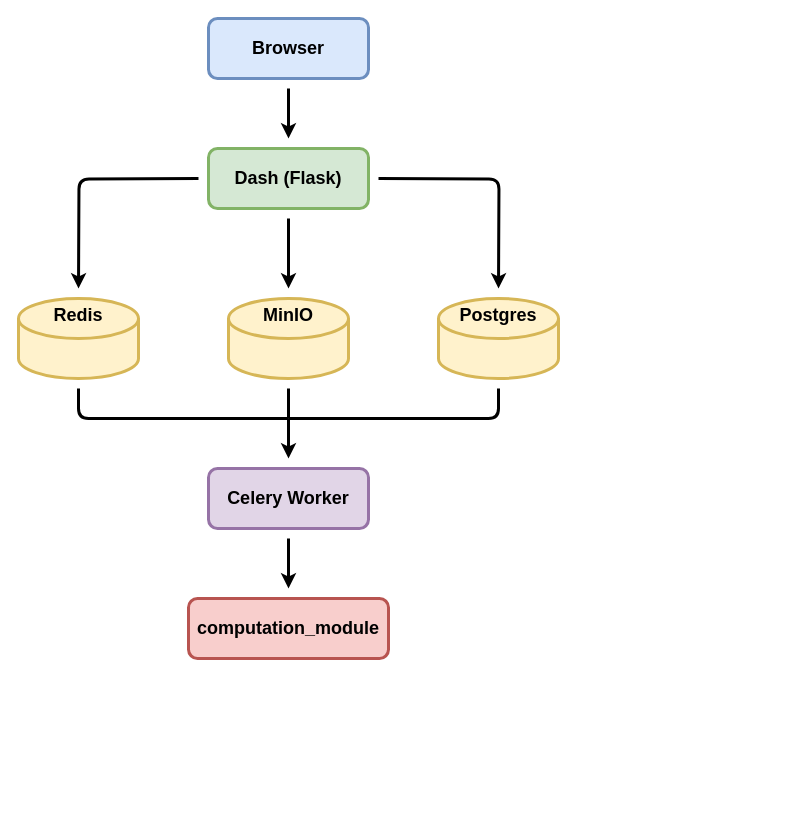
Earlier version of the draw.io diagram docs/diagrams/architecture.drawio (Helmholtz-UFZ/CosmoSuite). Source tidied: cells renumbered, new cells numbered last; positions are measured from the earlier drawing's top-left corner, leaving out a move shared by most shapes. Both pictures are drawn from the tidied source at 100%, with x=0, y=0 at pixel (18, 18).
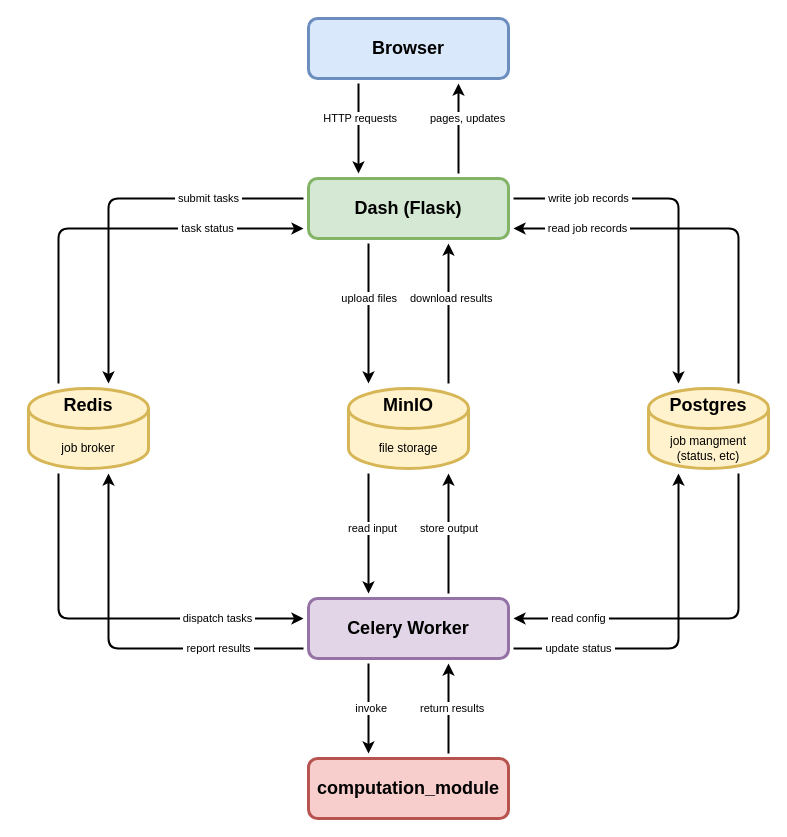
The same diagram, later.

What changed in the source:
```diff
@@
     <mxCell id="2" value="Browser" style="rounded=1;whiteSpace=wrap;html=1;fontSize=18;fontStyle=1;strokeWidth=3;fillColor=#dae8fc;strokeColor=#6c8ebf;" parent="1" vertex="1">
-      <mxGeometry x="190" width="160" height="60" as="geometry" />
+      <mxGeometry x="290" width="200" height="60" as="geometry" />
     </mxCell>
     <mxCell id="3" value="Dash (Flask)" style="rounded=1;whiteSpace=wrap;html=1;fontSize=18;fontStyle=1;strokeWidth=3;fillColor=#d5e8d4;strokeColor=#82b366;" parent="1" vertex="1">
-      <mxGeometry x="190" y="130" width="160" height="60" as="geometry" />
+      <mxGeometry x="290" y="160" width="200" height="60" as="geometry" />
     </mxCell>
     <mxCell id="4" value="Redis" style="shape=cylinder3;whiteSpace=wrap;html=1;fontSize=18;fontStyle=1;strokeWidth=3;fillColor=#fff2cc;strokeColor=#d6b656;size=20;verticalAlign=top;" parent="1" vertex="1">
-      <mxGeometry y="280" width="120" height="80" as="geometry" />
+      <mxGeometry x="10" y="370" width="120" height="80" as="geometry" />
     </mxCell>
-    <mxCell id="5" value="MinIO" style="shape=cylinder3;whiteSpace=wrap;html=1;fontSize=18;fontStyle=1;strokeWidth=3;fillColor=#fff2cc;strokeColor=#d6b656;size=20;verticalAlign=top;labelPosition=center;verticalLabelPosition=middle;align=center;" parent="1" vertex="1">
-      <mxGeometry x="210" y="280" width="120" height="80" as="geometry" />
+    <mxCell id="5" value="MinIO" style="shape=cylinder3;whiteSpace=wrap;html=1;fontSize=18;fontStyle=1;strokeWidth=3;fillColor=#fff2cc;strokeColor=#d6b656;size=20;verticalAlign=top;" parent="1" vertex="1">
+      <mxGeometry x="330" y="370" width="120" height="80" as="geometry" />
     </mxCell>
-    <mxCell id="6" value="Postgres" style="shape=cylinder3;whiteSpace=wrap;html=1;fontSize=18;fontStyle=1;strokeWidth=3;fillColor=#fff2cc;strokeColor=#d6b656;size=20;verticalAlign=top;" parent="1" vertex="1">
-      <mxGeometry x="420" y="280" width="120" height="80" as="geometry" />
+    <mxCell id="6" value="Postgres" style="shape=cylinder3;whiteSpace=wrap;html=1;strokeWidth=3;fillColor=#fff2cc;strokeColor=#d6b656;size=20;verticalAlign=top;fontStyle=1;fontSize=18;" parent="1" vertex="1">
+      <mxGeometry x="630" y="370" width="120" height="80" as="geometry" />
     </mxCell>
     <mxCell id="7" value="Celery Worker" style="rounded=1;whiteSpace=wrap;html=1;fontSize=18;fontStyle=1;strokeWidth=3;fillColor=#e1d5e7;strokeColor=#9673a6;" parent="1" vertex="1">
-      <mxGeometry x="190" y="450" width="160" height="60" as="geometry" />
+      <mxGeometry x="290" y="580" width="200" height="60" as="geometry" />
     </mxCell>
     <mxCell id="8" value="computation_module" style="rounded=1;whiteSpace=wrap;html=1;fontSize=18;fontStyle=1;strokeWidth=3;fillColor=#f8cecc;strokeColor=#b85450;" parent="1" vertex="1">
-      <mxGeometry x="170" y="580" width="200" height="60" as="geometry" />
+      <mxGeometry x="290" y="740" width="200" height="60" as="geometry" />
     </mxCell>
-    <mxCell id="9" style="edgeStyle=orthogonalEdgeStyle;rounded=1;html=1;strokeWidth=3;" parent="1" edge="1">
-      <mxGeometry relative="1" as="geometry">
-        <mxPoint x="270" y="70" as="sourcePoint" />
-        <mxPoint x="270" y="120" as="targetPoint" />
-      </mxGeometry>
-    </mxCell>
-    <mxCell id="10" style="edgeStyle=orthogonalEdgeStyle;rounded=1;html=1;strokeWidth=3;" parent="1" edge="1">
-      <mxGeometry relative="1" as="geometry">
-        <mxPoint x="180" y="160" as="sourcePoint" />
-        <mxPoint x="60" y="270" as="targetPoint" />
-      </mxGeometry>
-    </mxCell>
-    <mxCell id="11" style="edgeStyle=orthogonalEdgeStyle;rounded=1;html=1;strokeWidth=3;" parent="1" edge="1">
-      <mxGeometry relative="1" as="geometry">
-        <mxPoint x="270" y="200" as="sourcePoint" />
-        <mxPoint x="270" y="270" as="targetPoint" />
-      </mxGeometry>
-    </mxCell>
-    <mxCell id="12" style="edgeStyle=orthogonalEdgeStyle;rounded=1;html=1;strokeWidth=3;" parent="1" edge="1">
-      <mxGeometry relative="1" as="geometry">
-        <mxPoint x="360" y="160" as="sourcePoint" />
-        <mxPoint x="480" y="270" as="targetPoint" />
-      </mxGeometry>
-    </mxCell>
-    <mxCell id="13" style="edgeStyle=orthogonalEdgeStyle;rounded=1;html=1;strokeWidth=3;endArrow=none;" parent="1" edge="1">
-      <mxGeometry relative="1" as="geometry">
-        <mxPoint x="60" y="370" as="sourcePoint" />
-        <mxPoint x="270" y="400" as="targetPoint" />
-        <Array as="points">
-          <mxPoint x="60" y="400" />
-        </Array>
-      </mxGeometry>
-    </mxCell>
-    <mxCell id="14" style="edgeStyle=orthogonalEdgeStyle;rounded=1;html=1;strokeWidth=3;endArrow=none;" parent="1" edge="1">
-      <mxGeometry relative="1" as="geometry">
-        <mxPoint x="270" y="370" as="sourcePoint" />
-        <mxPoint x="270" y="400" as="targetPoint" />
-      </mxGeometry>
-    </mxCell>
-    <mxCell id="15" style="edgeStyle=orthogonalEdgeStyle;rounded=1;html=1;strokeWidth=3;endArrow=none;" parent="1" edge="1">
-      <mxGeometry relative="1" as="geometry">
-        <mxPoint x="480" y="370" as="sourcePoint" />
-        <mxPoint x="270" y="400" as="targetPoint" />
-        <Array as="points">
-          <mxPoint x="480" y="400" />
-        </Array>
-      </mxGeometry>
-    </mxCell>
-    <mxCell id="16" style="edgeStyle=orthogonalEdgeStyle;rounded=1;html=1;strokeWidth=3;" parent="1" edge="1">
-      <mxGeometry relative="1" as="geometry">
-        <mxPoint x="270" y="400" as="sourcePoint" />
-        <mxPoint x="270" y="440" as="targetPoint" />
-      </mxGeometry>
-    </mxCell>
-    <mxCell id="17" style="edgeStyle=orthogonalEdgeStyle;rounded=1;html=1;strokeWidth=3;" parent="1" edge="1">
-      <mxGeometry relative="1" as="geometry">
-        <mxPoint x="270" y="520" as="sourcePoint" />
-        <mxPoint x="270" y="570" as="targetPoint" />
-      </mxGeometry>
-    </mxCell>
+    <mxCell id="18" value="HTTP requests" style="edgeStyle=orthogonalEdgeStyle;rounded=1;html=1;strokeWidth=2;fontSize=11;align=right;" parent="1" edge="1">
+      <mxGeometry x="-0.22" y="40" relative="1" as="geometry">
+        <mxPoint x="340" y="65" as="sourcePoint" />
+        <mxPoint x="340" y="155" as="targetPoint" />
+      </mxGeometry>
+    </mxCell>
+    <mxCell id="19" value="pages, updates" style="edgeStyle=orthogonalEdgeStyle;rounded=1;html=1;strokeWidth=2;fontSize=11;align=left;" parent="1" edge="1">
+      <mxGeometry x="0.22" y="30" relative="1" as="geometry">
+        <mxPoint x="440" y="155" as="sourcePoint" />
+        <mxPoint x="440" y="65" as="targetPoint" />
+      </mxGeometry>
+    </mxCell>
+    <mxCell id="20" value="&amp;nbsp;submit tasks&amp;nbsp;" style="edgeStyle=orthogonalEdgeStyle;rounded=1;html=1;strokeWidth=2;fontSize=11;" parent="1" edge="1">
+      <mxGeometry x="-0.5" relative="1" as="geometry">
+        <mxPoint x="285" y="180" as="sourcePoint" />
+        <mxPoint x="90" y="365" as="targetPoint" />
+        <Array as="points">
+          <mxPoint x="90" y="180" />
+        </Array>
+      </mxGeometry>
+    </mxCell>
+    <mxCell id="21" value="&amp;nbsp;task status&amp;nbsp;" style="edgeStyle=orthogonalEdgeStyle;rounded=1;html=1;strokeWidth=2;fontSize=11;" parent="1" edge="1">
+      <mxGeometry x="0.52" relative="1" as="geometry">
+        <mxPoint x="40" y="365" as="sourcePoint" />
+        <mxPoint x="285" y="210" as="targetPoint" />
+        <Array as="points">
+          <mxPoint x="40" y="210" />
+        </Array>
+      </mxGeometry>
+    </mxCell>
+    <mxCell id="22" value="upload files" style="edgeStyle=orthogonalEdgeStyle;rounded=1;html=1;strokeWidth=2;fontSize=11;align=right;" parent="1" edge="1">
+      <mxGeometry x="-0.21" y="30" relative="1" as="geometry">
+        <mxPoint x="350" y="225" as="sourcePoint" />
+        <mxPoint x="350" y="365" as="targetPoint" />
+      </mxGeometry>
+    </mxCell>
+    <mxCell id="23" value="download results" style="edgeStyle=orthogonalEdgeStyle;rounded=1;html=1;strokeWidth=2;fontSize=11;align=left;" parent="1" edge="1">
+      <mxGeometry x="0.21" y="40" relative="1" as="geometry">
+        <mxPoint x="430" y="365" as="sourcePoint" />
+        <mxPoint x="430" y="225" as="targetPoint" />
+      </mxGeometry>
+    </mxCell>
+    <mxCell id="24" value="&amp;nbsp;write job records&amp;nbsp;" style="edgeStyle=orthogonalEdgeStyle;rounded=1;html=1;strokeWidth=2;fontSize=11;" parent="1" edge="1">
+      <mxGeometry x="-0.57" relative="1" as="geometry">
+        <mxPoint x="495" y="180" as="sourcePoint" />
+        <mxPoint x="660" y="365" as="targetPoint" />
+        <Array as="points">
+          <mxPoint x="660" y="180" />
+        </Array>
+      </mxGeometry>
+    </mxCell>
+    <mxCell id="25" value="&amp;nbsp;read job records&amp;nbsp;" style="edgeStyle=orthogonalEdgeStyle;rounded=1;html=1;strokeWidth=2;fontSize=11;" parent="1" edge="1">
+      <mxGeometry x="0.61" relative="1" as="geometry">
+        <mxPoint x="720" y="365" as="sourcePoint" />
+        <mxPoint x="495" y="210" as="targetPoint" />
+        <Array as="points">
+          <mxPoint x="720" y="210" />
+        </Array>
+      </mxGeometry>
+    </mxCell>
+    <mxCell id="26" value="&amp;nbsp;dispatch tasks&amp;nbsp;" style="edgeStyle=orthogonalEdgeStyle;rounded=1;html=1;strokeWidth=2;fontSize=11;" parent="1" edge="1">
+      <mxGeometry x="0.56" relative="1" as="geometry">
+        <mxPoint x="40" y="455" as="sourcePoint" />
+        <mxPoint x="285" y="600" as="targetPoint" />
+        <Array as="points">
+          <mxPoint x="40" y="600" />
+        </Array>
+      </mxGeometry>
+    </mxCell>
+    <mxCell id="27" value="&amp;nbsp;report results&amp;nbsp;" style="edgeStyle=orthogonalEdgeStyle;rounded=1;html=1;strokeWidth=2;fontSize=11;" parent="1" edge="1">
+      <mxGeometry x="-0.54" relative="1" as="geometry">
+        <mxPoint x="285" y="630" as="sourcePoint" />
+        <mxPoint x="90" y="455" as="targetPoint" />
+        <Array as="points">
+          <mxPoint x="90" y="630" />
+        </Array>
+      </mxGeometry>
+    </mxCell>
+    <mxCell id="28" value="read input" style="edgeStyle=orthogonalEdgeStyle;rounded=1;html=1;strokeWidth=2;fontSize=11;align=right;" parent="1" edge="1">
+      <mxGeometry x="-0.08" y="30" relative="1" as="geometry">
+        <mxPoint x="350" y="455" as="sourcePoint" />
+        <mxPoint x="350" y="575" as="targetPoint" />
+      </mxGeometry>
+    </mxCell>
+    <mxCell id="29" value="store output" style="edgeStyle=orthogonalEdgeStyle;rounded=1;html=1;strokeWidth=2;fontSize=11;align=left;" parent="1" edge="1">
+      <mxGeometry x="0.08" y="30" relative="1" as="geometry">
+        <mxPoint x="430" y="575" as="sourcePoint" />
+        <mxPoint x="430" y="455" as="targetPoint" />
+      </mxGeometry>
+    </mxCell>
+    <mxCell id="30" value="&amp;nbsp;update status&amp;nbsp;" style="edgeStyle=orthogonalEdgeStyle;rounded=1;html=1;strokeWidth=2;fontSize=11;" parent="1" edge="1">
+      <mxGeometry x="-0.62" relative="1" as="geometry">
+        <mxPoint x="495" y="630" as="sourcePoint" />
+        <mxPoint x="660" y="455" as="targetPoint" />
+        <Array as="points">
+          <mxPoint x="660" y="630" />
+        </Array>
+      </mxGeometry>
+    </mxCell>
+    <mxCell id="31" value="&amp;nbsp;read config&amp;nbsp;" style="edgeStyle=orthogonalEdgeStyle;rounded=1;html=1;strokeWidth=2;fontSize=11;" parent="1" edge="1">
+      <mxGeometry x="0.65" relative="1" as="geometry">
+        <mxPoint x="720" y="455" as="sourcePoint" />
+        <mxPoint x="495" y="600" as="targetPoint" />
+        <Array as="points">
+          <mxPoint x="720" y="600" />
+        </Array>
+      </mxGeometry>
+    </mxCell>
+    <mxCell id="32" value="invoke" style="edgeStyle=orthogonalEdgeStyle;rounded=1;html=1;strokeWidth=2;fontSize=11;align=right;" parent="1" edge="1">
+      <mxGeometry y="20" relative="1" as="geometry">
+        <mxPoint x="350" y="645" as="sourcePoint" />
+        <mxPoint x="350" y="735" as="targetPoint" />
+      </mxGeometry>
+    </mxCell>
+    <mxCell id="33" value="return results" style="edgeStyle=orthogonalEdgeStyle;rounded=1;html=1;strokeWidth=2;fontSize=11;align=left;" parent="1" edge="1">
+      <mxGeometry y="30" relative="1" as="geometry">
+        <mxPoint x="430" y="735" as="sourcePoint" />
+        <mxPoint x="430" y="645" as="targetPoint" />
+      </mxGeometry>
+    </mxCell>
+    <mxCell id="34" value="job broker" style="text;html=1;strokeColor=none;fillColor=none;align=center;verticalAlign=middle;whiteSpace=wrap;overflow=hidden;" parent="1" vertex="1">
+      <mxGeometry x="30" y="420" width="80" height="20" as="geometry" />
+    </mxCell>
+    <mxCell id="35" value="file storage" style="text;html=1;strokeColor=none;fillColor=none;align=center;verticalAlign=middle;whiteSpace=wrap;overflow=hidden;" parent="1" vertex="1">
+      <mxGeometry x="350" y="420" width="80" height="20" as="geometry" />
+    </mxCell>
+    <mxCell id="36" value="job mangment&lt;div&gt;(status, etc)&lt;/div&gt;" style="text;html=1;strokeColor=none;fillColor=none;align=center;verticalAlign=middle;whiteSpace=wrap;overflow=hidden;" parent="1" vertex="1">
+      <mxGeometry x="650" y="410" width="80" height="40" as="geometry" />
+    </mxCell>
```
